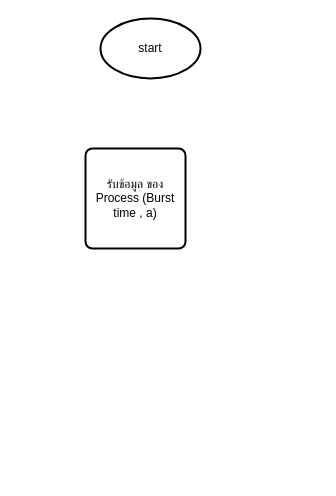
Above: priority.drawio in JirphatAok/cpuscheduling (draw.io), before the change. Source tidied: cells renumbered, new cells numbered last; positions are measured from the earlier drawing's top-left corner, leaving out a move shared by most shapes. Both pictures are drawn from the tidied source at 100%, with x=0, y=0 at pixel (85, 18).
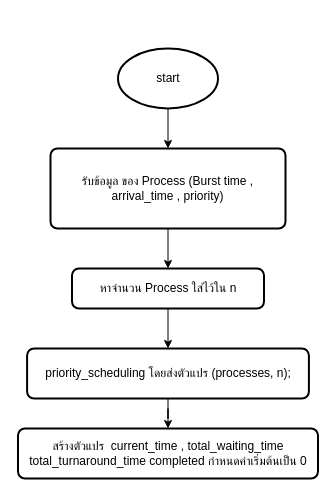
The same diagram, later.

The edit, as a diff of the source:
```diff
@@
 <mxGraphModel>
   <root>
     <mxCell id="0" />
     <mxCell id="1" parent="0" />
+    <mxCell id="4" style="edgeStyle=orthogonalEdgeStyle;rounded=0;jettySize=auto;html=1;entryX=0.5;entryY=0;entryDx=0;entryDy=0;" parent="1" edge="1" source="2" target="7">
+      <mxGeometry relative="1" as="geometry" />
+    </mxCell>
-    <mxCell id="2" value="รับข้อมูล ของ Process (Burst time , a)" style="rounded=1;whiteSpace=wrap;html=1;absoluteArcSize=1;arcSize=14;strokeWidth=2;" parent="1" vertex="1">
-      <mxGeometry y="130" width="100" height="100" as="geometry" />
+    <mxCell id="2" value="รับข้อมูล ของ Process (Burst time , arrival_time , priority)" style="rounded=1;whiteSpace=wrap;html=1;absoluteArcSize=1;arcSize=14;strokeWidth=2;" parent="1" vertex="1">
+      <mxGeometry x="-35" y="130" width="235" height="80" as="geometry" />
     </mxCell>
+    <mxCell id="5" style="edgeStyle=orthogonalEdgeStyle;rounded=0;jettySize=auto;html=1;entryX=0.5;entryY=0;entryDx=0;entryDy=0;" parent="1" edge="1" source="3" target="2">
+      <mxGeometry relative="1" as="geometry" />
+    </mxCell>
     <mxCell id="3" value="start" style="strokeWidth=2;html=1;shape=mxgraph.flowchart.start_1;whiteSpace=wrap;" parent="1" vertex="1">
-      <mxGeometry x="15" width="100" height="60" as="geometry" />
+      <mxGeometry x="32.5" y="30" width="100" height="60" as="geometry" />
     </mxCell>
+    <mxCell id="6" style="edgeStyle=orthogonalEdgeStyle;rounded=0;jettySize=auto;html=1;entryX=0.5;entryY=0;entryDx=0;entryDy=0;" parent="1" edge="1" source="7" target="9">
+      <mxGeometry relative="1" as="geometry" />
+    </mxCell>
+    <mxCell id="7" value="หาจำนวน Process ใส่ไว้ใน n" style="rounded=1;whiteSpace=wrap;html=1;absoluteArcSize=1;arcSize=14;strokeWidth=2;" parent="1" vertex="1">
+      <mxGeometry x="-13.5" y="250" width="192" height="40" as="geometry" />
+    </mxCell>
+    <mxCell id="8" style="edgeStyle=orthogonalEdgeStyle;rounded=0;jettySize=auto;html=1;entryX=0.5;entryY=0;entryDx=0;entryDy=0;" parent="1" edge="1" source="9" target="10">
+      <mxGeometry relative="1" as="geometry" />
+    </mxCell>
+    <mxCell id="9" value="priority_scheduling โดยส่งตัวแปร (processes, n);" style="rounded=1;whiteSpace=wrap;html=1;absoluteArcSize=1;arcSize=14;strokeWidth=2;" parent="1" vertex="1">
+      <mxGeometry x="-58.4" y="330" width="281.8" height="50" as="geometry" />
+    </mxCell>
+    <mxCell id="10" value="สร้างตัวแปร&amp;nbsp;&amp;nbsp;current_time ,&amp;nbsp;total_waiting_time&lt;div&gt;total_turnaround_time&amp;nbsp;completed กำหนดค่าเริ่มต้นเป็น 0&lt;/div&gt;" style="rounded=1;whiteSpace=wrap;html=1;absoluteArcSize=1;arcSize=14;strokeWidth=2;" parent="1" vertex="1">
+      <mxGeometry x="-67.5" y="410" width="300" height="50" as="geometry" />
+    </mxCell>
   </root>
 </mxGraphModel>
```
